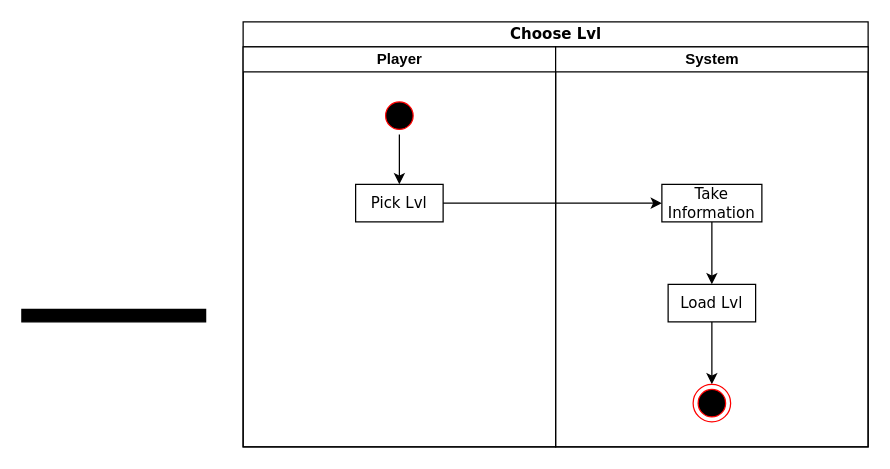
This is Choose Lvl.drawio from johannfac/A-Lone-Burglar, a draw.io file, before an edit. Source tidied: cells renumbered, new cells numbered last; positions are measured from the earlier drawing's top-left corner, leaving out a move shared by most shapes. Both pictures are drawn from the tidied source at 125%, with x=0, y=0 at pixel (21, 21).
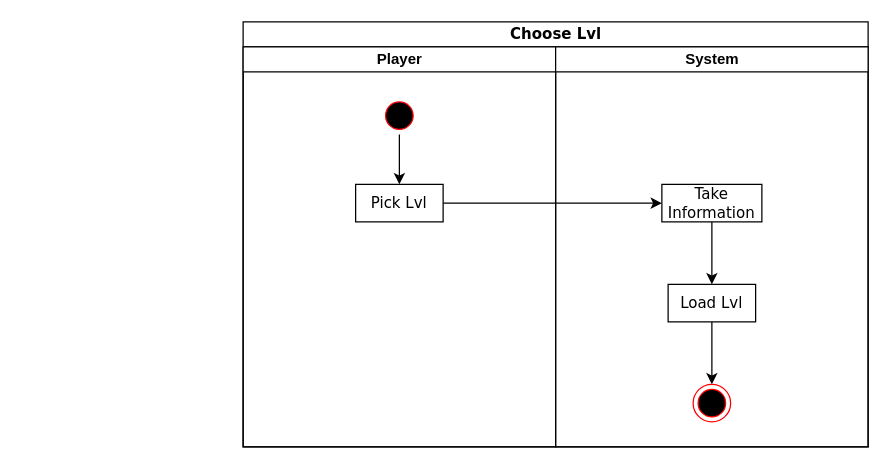
After the change.

Change to the diagram source:
```diff
@@
 <mxGraphModel>
   <root>
     <mxCell id="0" />
     <mxCell id="1" parent="0" />
     <mxCell id="2" value="Choose Lvl" style="swimlane;html=1;startSize=20;rounded=0;shadow=0;comic=0;labelBackgroundColor=none;strokeWidth=1;fontFamily=Verdana;fontSize=12;align=center;" parent="1" vertex="1">
       <mxGeometry x="177" width="500" height="340" as="geometry" />
     </mxCell>
     <mxCell id="3" value="Player" style="swimlane;html=1;startSize=20;" parent="2" vertex="1">
       <mxGeometry y="20" width="250" height="320" as="geometry" />
     </mxCell>
     <mxCell id="4" style="edgeStyle=orthogonalEdgeStyle;rounded=0;jettySize=auto;html=1;" parent="3" edge="1" source="5" target="6">
       <mxGeometry relative="1" as="geometry" />
     </mxCell>
     <mxCell id="5" style="ellipse;html=1;shape=startState;fillColor=#000000;strokeColor=#ff0000;" parent="3" vertex="1">
       <mxGeometry x="110" y="40" width="30" height="30" as="geometry" />
     </mxCell>
     <mxCell id="6" value="Pick Lvl" style="rounded=0;whiteSpace=wrap;html=1;shadow=0;comic=0;labelBackgroundColor=none;strokeWidth=1;fontFamily=Verdana;fontSize=12;align=center;arcSize=50;" parent="3" vertex="1">
       <mxGeometry x="90" y="110" width="70" height="30" as="geometry" />
     </mxCell>
     <mxCell id="7" value="System" style="swimlane;html=1;startSize=20;" parent="2" vertex="1">
       <mxGeometry x="250" y="20" width="250" height="320" as="geometry" />
     </mxCell>
     <mxCell id="8" style="edgeStyle=orthogonalEdgeStyle;rounded=0;jettySize=auto;html=1;exitX=0.5;exitY=1;exitDx=0;exitDy=0;entryX=0.5;entryY=0;entryDx=0;entryDy=0;" parent="7" edge="1" source="9" target="11">
       <mxGeometry relative="1" as="geometry" />
     </mxCell>
     <mxCell id="9" value="Take Information" style="rounded=0;whiteSpace=wrap;html=1;shadow=0;comic=0;labelBackgroundColor=none;strokeWidth=1;fontFamily=Verdana;fontSize=12;align=center;arcSize=50;" parent="7" vertex="1">
       <mxGeometry x="85" y="110" width="80" height="30" as="geometry" />
     </mxCell>
     <mxCell id="10" style="edgeStyle=orthogonalEdgeStyle;rounded=0;jettySize=auto;html=1;exitX=0.5;exitY=1;exitDx=0;exitDy=0;entryX=0.5;entryY=0;entryDx=0;entryDy=0;" parent="7" edge="1" source="11" target="12">
       <mxGeometry relative="1" as="geometry" />
     </mxCell>
     <mxCell id="11" value="Load Lvl" style="rounded=0;whiteSpace=wrap;html=1;shadow=0;comic=0;labelBackgroundColor=none;strokeWidth=1;fontFamily=Verdana;fontSize=12;align=center;arcSize=50;" parent="7" vertex="1">
       <mxGeometry x="90" y="190" width="70" height="30" as="geometry" />
     </mxCell>
     <mxCell id="12" style="ellipse;html=1;shape=endState;fillColor=#000000;strokeColor=#ff0000;" parent="7" vertex="1">
       <mxGeometry x="110" y="270" width="30" height="30" as="geometry" />
     </mxCell>
     <mxCell id="13" style="edgeStyle=orthogonalEdgeStyle;rounded=0;jettySize=auto;html=1;exitX=1;exitY=0.5;exitDx=0;exitDy=0;entryX=0;entryY=0.5;entryDx=0;entryDy=0;" parent="2" edge="1" source="6" target="9">
       <mxGeometry relative="1" as="geometry" />
     </mxCell>
-    <mxCell id="14" style="whiteSpace=wrap;html=1;rounded=0;shadow=0;comic=0;labelBackgroundColor=none;strokeWidth=1;fillColor=#000000;fontFamily=Verdana;fontSize=12;align=center;rotation=0;" parent="1" vertex="1">
-      <mxGeometry y="230" width="147" height="10" as="geometry" />
-    </mxCell>
   </root>
 </mxGraphModel>
```
